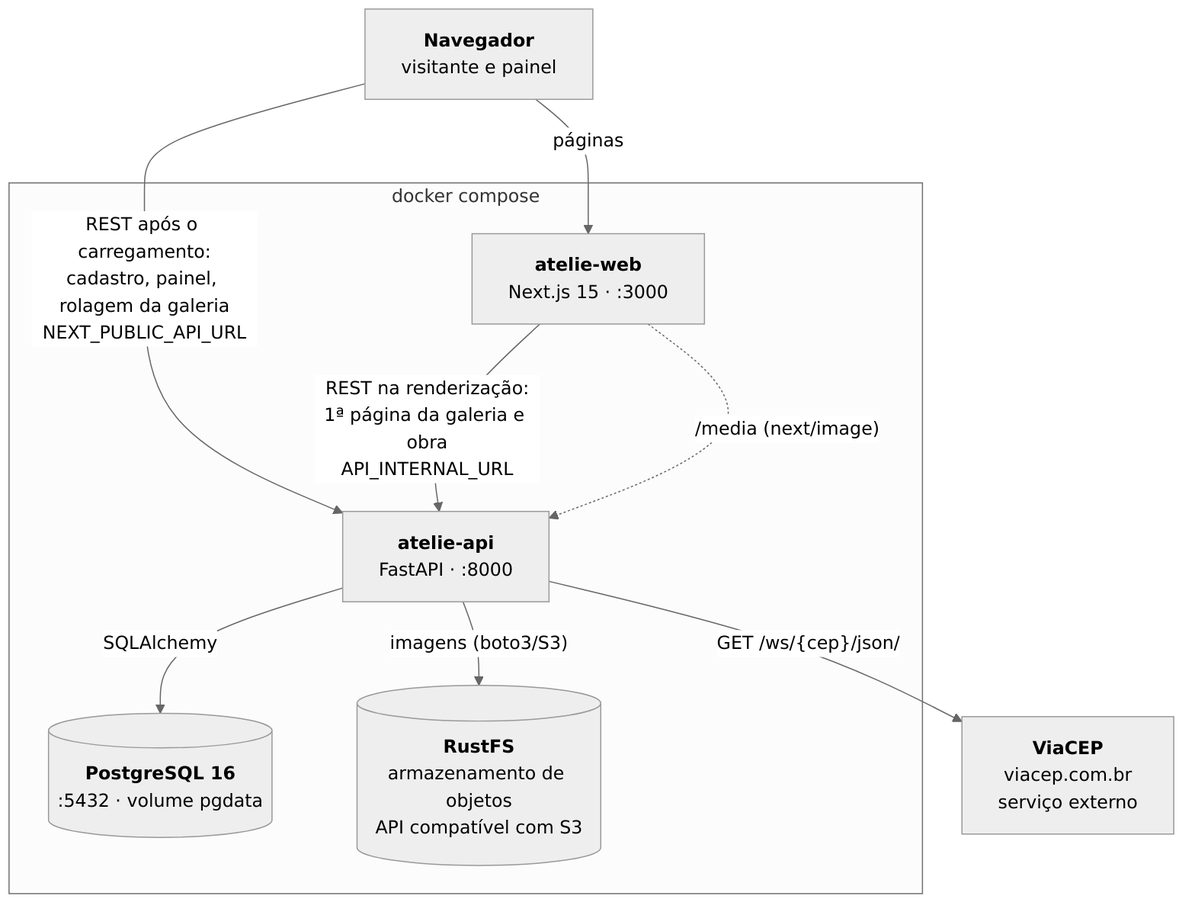
Above: docs/arquitetura.png in ttozatto/atelie-web (Mermaid), before the change. Its source is kept beside it as docs/arquitetura.mmd.
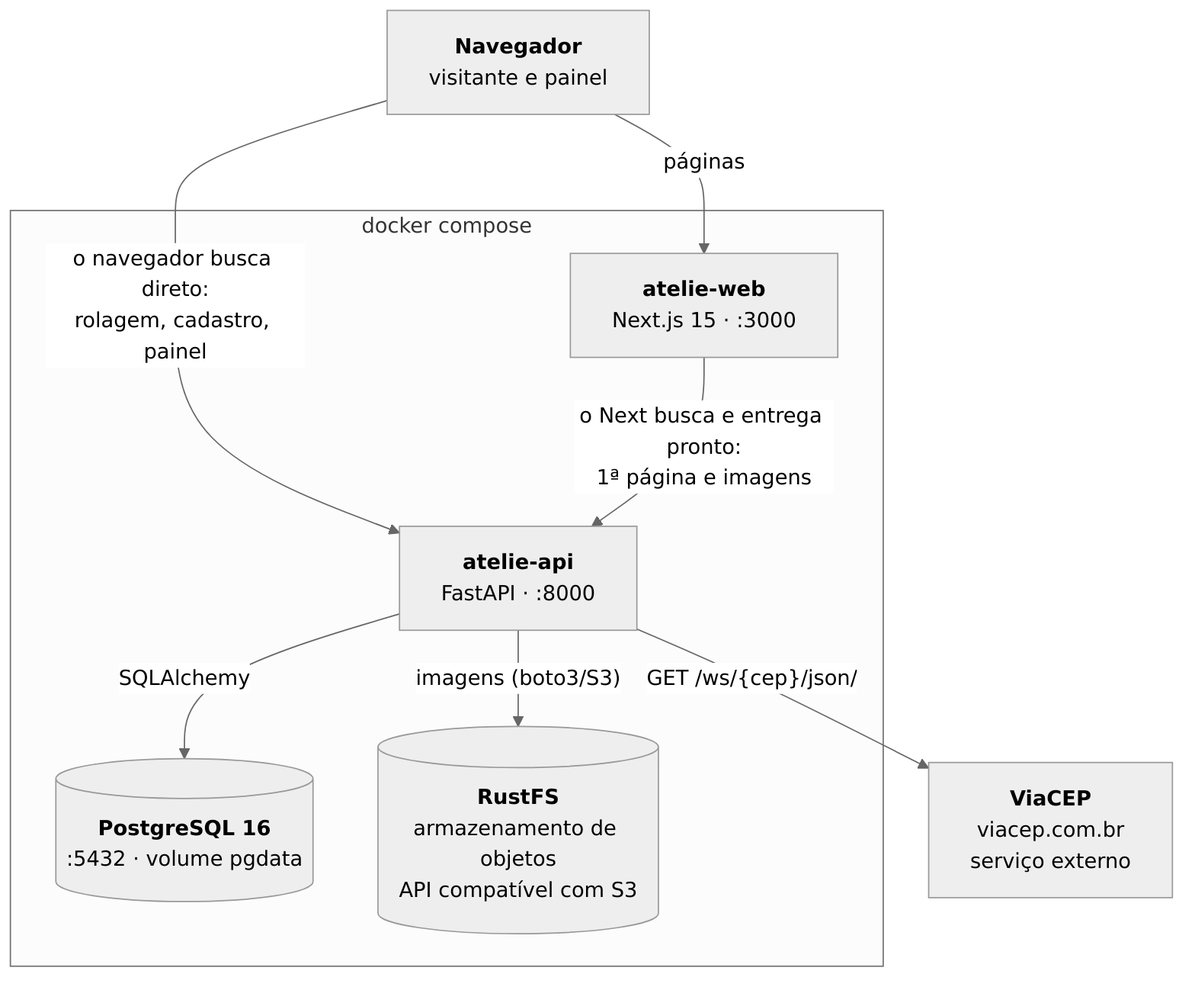
After the commit.

Commit message:
chore: diagrama com uma seta so entre o Next e a API

- as setas de dados e de imagens do Next viram uma so
- rotulos pelo criterio de quem faz a chamada: o navegador busca direto
  (rolagem, cadastro, painel) ou o Next busca e entrega pronto
  (1a pagina e imagens)
- README explica as duas setas nos mesmos termos

The edit, as a diff of the source:
```diff
@@ -13,9 +13,8 @@
     viacep["<b>ViaCEP</b><br/>viacep.com.br<br/>serviço externo"]
 
     browser -- "páginas" --> web
-    browser -- "REST após o carregamento:<br/>cadastro, painel, rolagem da galeria<br/>NEXT_PUBLIC_API_URL" --> api
-    web -- "REST na renderização:<br/>1ª página da galeria e obra<br/>API_INTERNAL_URL" --> api
-    web -. "/media (next/image)" .-> api
+    browser -- "o navegador busca direto:<br/>rolagem, cadastro, painel" --> api
+    web -- "o Next busca e entrega pronto:<br/>1ª página e imagens" --> api
     api -- "SQLAlchemy" --> db
     api -- "imagens (boto3/S3)" --> storage
     api -- "GET /ws/{cep}/json/" --> viacep
```
